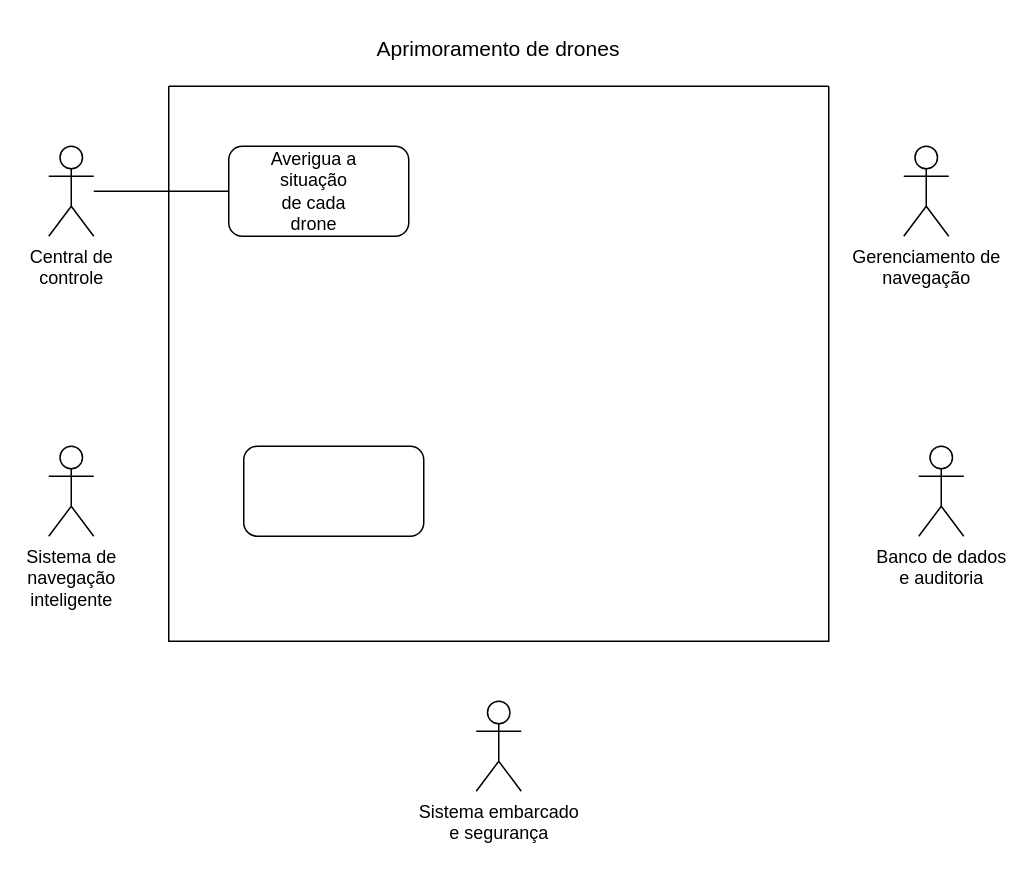
GrupoProjeto021/UML-Classroom-FCI keeps this draw.io diagram as Diagrama de uso.drawio. Above is the earlier version. Source tidied: cells renumbered, new cells numbered last; positions are measured from the earlier drawing's top-left corner, leaving out a move shared by most shapes. Both pictures are drawn from the tidied source at 150%, with x=0, y=0 at pixel (48, 26).
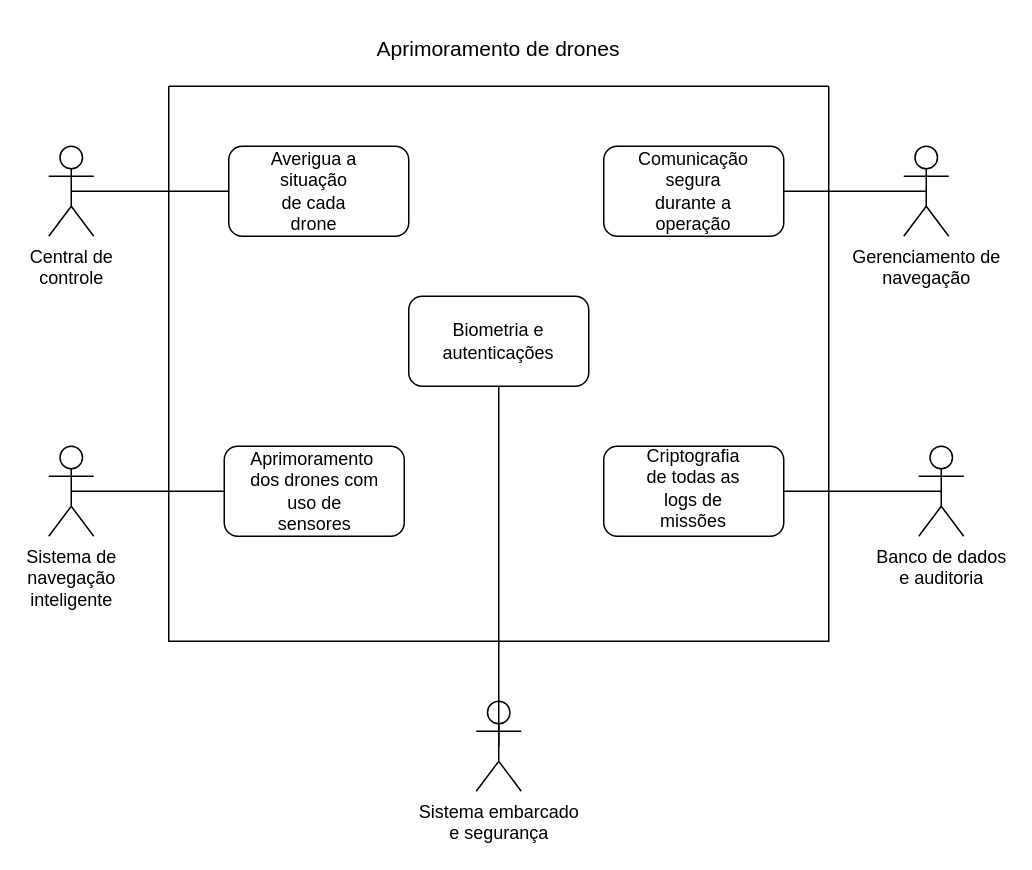
The same page after the edit.

Commit message:
Update Diagrama de casos de uso.drawio

Unchanged cells that the change refers to:
```xml
<mxCell id="2" style="swimlane;startSize=0;" parent="1" vertex="1">
  <mxGeometry x="80" y="40" width="440" height="370" as="geometry" />
</mxCell>
<mxCell id="3" style="rounded=1;whiteSpace=wrap;html=1;" parent="2" vertex="1">
  <mxGeometry x="40" y="40" width="120" height="60" as="geometry" />
</mxCell>
<mxCell id="6" value="Sistema de&lt;div&gt;navegação&lt;/div&gt;&lt;div&gt;inteligente&lt;/div&gt;" style="shape=umlActor;verticalLabelPosition=bottom;verticalAlign=top;html=1;outlineConnect=0;" parent="1" vertex="1">
  <mxGeometry y="280" width="30" height="60" as="geometry" />
</mxCell>
<mxCell id="7" value="Gerenciamento de&lt;div&gt;navegação&lt;/div&gt;" style="shape=umlActor;verticalLabelPosition=bottom;verticalAlign=top;html=1;outlineConnect=0;" parent="1" vertex="1">
  <mxGeometry x="570" y="80" width="30" height="60" as="geometry" />
</mxCell>
<mxCell id="8" value="Banco de dados&lt;div&gt;e auditoria&lt;/div&gt;" style="shape=umlActor;verticalLabelPosition=bottom;verticalAlign=top;html=1;outlineConnect=0;" parent="1" vertex="1">
  <mxGeometry x="580" y="280" width="30" height="60" as="geometry" />
</mxCell>
<mxCell id="9" value="Central de&lt;div&gt;controle&lt;/div&gt;" style="shape=umlActor;verticalLabelPosition=bottom;verticalAlign=top;html=1;outlineConnect=0;" parent="1" vertex="1">
  <mxGeometry y="80" width="30" height="60" as="geometry" />
</mxCell>
<mxCell id="10" value="Sistema embarcado&lt;div&gt;e segurança&lt;/div&gt;" style="shape=umlActor;verticalLabelPosition=bottom;verticalAlign=top;html=1;outlineConnect=0;" parent="1" vertex="1">
  <mxGeometry x="285" y="450" width="30" height="60" as="geometry" />
</mxCell>
```

Diff of the diagram source:
```diff
@@
     <mxCell id="5" style="rounded=1;whiteSpace=wrap;html=1;" parent="2" vertex="1">
-      <mxGeometry x="50" y="240" width="120" height="60" as="geometry" />
+      <mxGeometry x="37" y="240" width="120" height="60" as="geometry" />
     </mxCell>
+    <mxCell id="13" value="Aprimoramento&amp;nbsp; dos drones com uso de sensores" style="text;html=1;align=center;verticalAlign=middle;whiteSpace=wrap;rounded=0;" parent="2" vertex="1">
+      <mxGeometry x="70.5" y="257.5" width="53" height="25" as="geometry" />
+    </mxCell>
+    <mxCell id="14" style="rounded=1;whiteSpace=wrap;html=1;" parent="2" vertex="1">
+      <mxGeometry x="290" y="40" width="120" height="60" as="geometry" />
+    </mxCell>
+    <mxCell id="15" style="rounded=1;whiteSpace=wrap;html=1;" parent="2" vertex="1">
+      <mxGeometry x="290" y="240" width="120" height="60" as="geometry" />
+    </mxCell>
+    <mxCell id="16" style="rounded=1;whiteSpace=wrap;html=1;" parent="2" vertex="1">
+      <mxGeometry x="160" y="140" width="120" height="60" as="geometry" />
+    </mxCell>
+    <mxCell id="17" value="Comunicação segura durante a operação" style="text;html=1;align=center;verticalAlign=middle;whiteSpace=wrap;rounded=0;" parent="2" vertex="1">
+      <mxGeometry x="320" y="55" width="60" height="30" as="geometry" />
+    </mxCell>
+    <mxCell id="18" value="Criptografia de todas as logs de missões" style="text;html=1;align=center;verticalAlign=middle;whiteSpace=wrap;rounded=0;" parent="2" vertex="1">
+      <mxGeometry x="320" y="253" width="60" height="30" as="geometry" />
+    </mxCell>
+    <mxCell id="19" value="Biometria e autenticações" style="text;html=1;align=center;verticalAlign=middle;whiteSpace=wrap;rounded=0;" parent="2" vertex="1">
+      <mxGeometry x="190" y="155" width="60" height="30" as="geometry" />
+    </mxCell>
@@
-    <mxCell id="12" style="endArrow=none;html=1;rounded=0;entryX=0;entryY=0.5;entryDx=0;entryDy=0;" parent="1" edge="1" source="9" target="3">
+    <mxCell id="12" style="endArrow=none;html=1;rounded=0;entryX=0;entryY=0.5;entryDx=0;entryDy=0;exitX=0.5;exitY=0.5;exitDx=0;exitDy=0;exitPerimeter=0;" parent="1" edge="1" source="9" target="3">
       <mxGeometry relative="1" as="geometry" />
     </mxCell>
+    <mxCell id="20" style="endArrow=none;html=1;rounded=0;exitX=0.5;exitY=0.5;exitDx=0;exitDy=0;exitPerimeter=0;entryX=0;entryY=0.5;entryDx=0;entryDy=0;" parent="1" edge="1" source="6" target="5">
+      <mxGeometry relative="1" as="geometry" />
+    </mxCell>
+    <mxCell id="21" style="endArrow=none;html=1;rounded=0;exitX=0.5;exitY=0.5;exitDx=0;exitDy=0;exitPerimeter=0;entryX=0.5;entryY=1;entryDx=0;entryDy=0;" parent="1" edge="1" source="10" target="16">
+      <mxGeometry relative="1" as="geometry" />
+    </mxCell>
+    <mxCell id="22" style="endArrow=none;html=1;rounded=0;exitX=1;exitY=0.5;exitDx=0;exitDy=0;entryX=0.5;entryY=0.5;entryDx=0;entryDy=0;entryPerimeter=0;" parent="1" edge="1" source="14" target="7">
+      <mxGeometry relative="1" as="geometry" />
+    </mxCell>
+    <mxCell id="23" style="endArrow=none;html=1;rounded=0;exitX=1;exitY=0.5;exitDx=0;exitDy=0;entryX=0.5;entryY=0.5;entryDx=0;entryDy=0;entryPerimeter=0;" parent="1" edge="1" source="15" target="8">
+      <mxGeometry relative="1" as="geometry" />
+    </mxCell>
```
